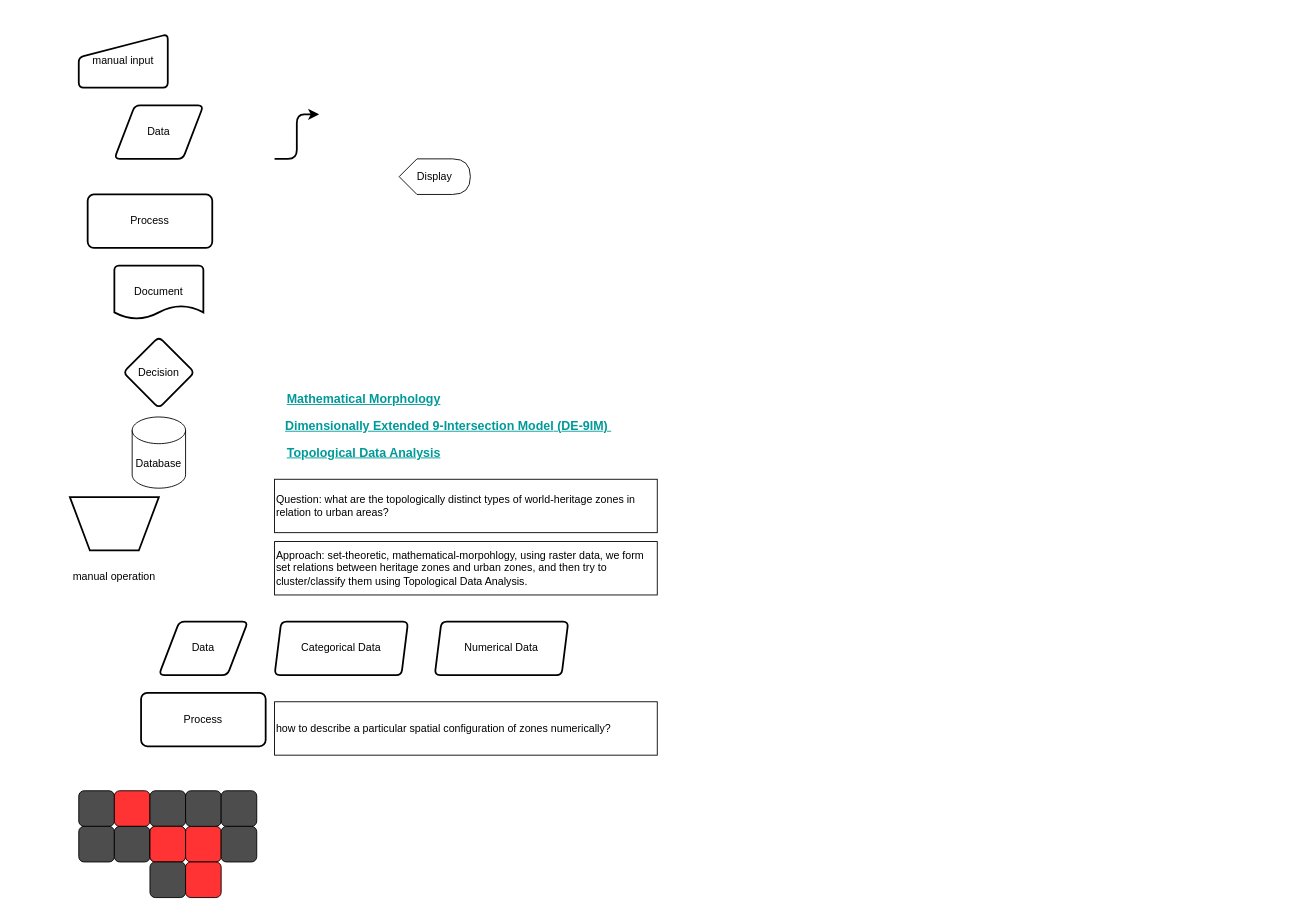
Before: page "Dataflow" (2 of 4) of DRAFT_RESEARCH.drawio in mkvusa/How-Urban-Is-World-Heritage-, a draw.io diagram. Source tidied: cells renumbered, new cells numbered last; positions are measured from the earlier drawing's top-left corner, leaving out a move shared by most shapes. Both pictures are drawn from the tidied source at 89%, with x=0, y=0 at pixel (69, 34).
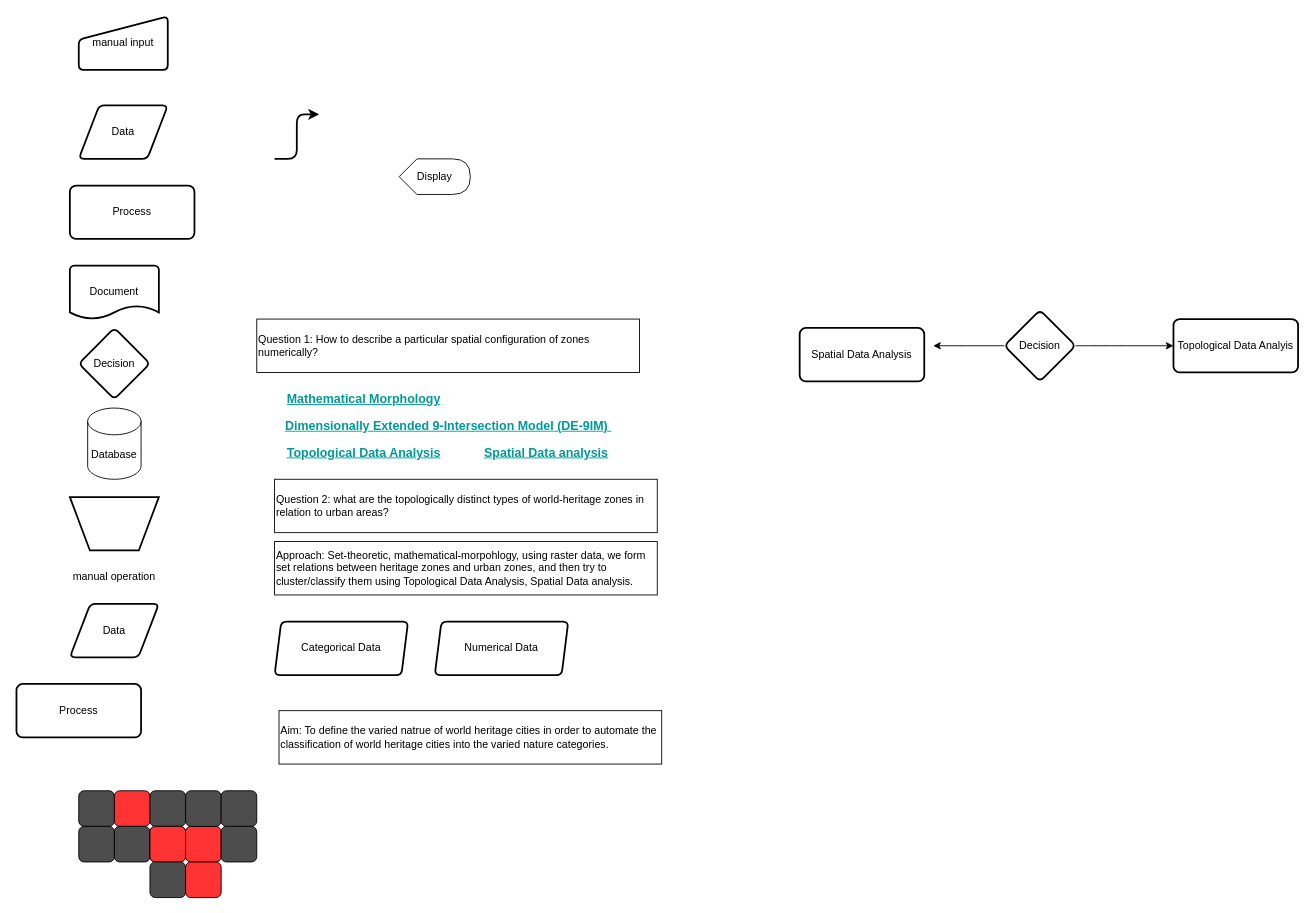
Above is the later version.

The edit, as a diff of the source:
```diff
@@
     <mxCell id="2" value="Data" style="shape=parallelogram;html=1;strokeWidth=2;perimeter=parallelogramPerimeter;whiteSpace=wrap;rounded=1;arcSize=12;size=0.23;" parent="1" vertex="1">
-      <mxGeometry x="50" y="80" width="100" height="60" as="geometry" />
+      <mxGeometry x="10" y="80" width="100" height="60" as="geometry" />
     </mxCell>
     <mxCell id="3" value="Document" style="strokeWidth=2;html=1;shape=mxgraph.flowchart.document2;whiteSpace=wrap;size=0.25;" parent="1" vertex="1">
-      <mxGeometry x="50" y="260" width="100" height="60" as="geometry" />
+      <mxGeometry y="260" width="100" height="60" as="geometry" />
     </mxCell>
     <mxCell id="4" value="Process" style="rounded=1;whiteSpace=wrap;html=1;absoluteArcSize=1;arcSize=14;strokeWidth=2;" parent="1" vertex="1">
-      <mxGeometry x="20" y="180" width="140" height="60" as="geometry" />
+      <mxGeometry y="170" width="140" height="60" as="geometry" />
     </mxCell>
@@
     <mxCell id="6" value="Decision" style="rhombus;whiteSpace=wrap;html=1;rounded=1;strokeWidth=2;arcSize=12;" parent="1" vertex="1">
-      <mxGeometry x="60" y="340" width="80" height="80" as="geometry" />
+      <mxGeometry x="10" y="330" width="80" height="80" as="geometry" />
     </mxCell>
     <mxCell id="7" value="Database" style="shape=cylinder3;whiteSpace=wrap;html=1;boundedLbl=1;backgroundOutline=1;size=15;" parent="1" vertex="1">
-      <mxGeometry x="70" y="430" width="60" height="80" as="geometry" />
+      <mxGeometry x="20" y="420" width="60" height="80" as="geometry" />
     </mxCell>
@@
     <mxCell id="9" value="manual input" style="html=1;strokeWidth=2;shape=manualInput;whiteSpace=wrap;rounded=1;size=26;arcSize=11;" parent="1" vertex="1">
-      <mxGeometry x="10" width="100" height="60" as="geometry" />
+      <mxGeometry x="10" y="-20" width="100" height="60" as="geometry" />
     </mxCell>
@@
     <mxCell id="11" value="Data" style="shape=parallelogram;html=1;strokeWidth=2;perimeter=parallelogramPerimeter;whiteSpace=wrap;rounded=1;arcSize=12;size=0.23;" parent="1" vertex="1">
-      <mxGeometry x="100" y="660" width="100" height="60" as="geometry" />
+      <mxGeometry y="640" width="100" height="60" as="geometry" />
     </mxCell>
     <mxCell id="12" value="Process" style="rounded=1;whiteSpace=wrap;html=1;absoluteArcSize=1;arcSize=14;strokeWidth=2;" parent="1" vertex="1">
-      <mxGeometry x="80" y="740" width="140" height="60" as="geometry" />
+      <mxGeometry x="-60" y="730" width="140" height="60" as="geometry" />
     </mxCell>
-    <mxCell id="13" value="Question: what are the topologically distinct types of world-heritage zones in relation to urban areas?&amp;nbsp;" style="rounded=0;whiteSpace=wrap;html=1;align=left;" parent="1" vertex="1">
+    <mxCell id="13" value="Question 2: what are the topologically distinct types of world-heritage zones in relation to urban areas?&amp;nbsp;" style="rounded=0;whiteSpace=wrap;html=1;align=left;" parent="1" vertex="1">
       <mxGeometry x="230" y="500" width="430" height="60" as="geometry" />
     </mxCell>
-    <mxCell id="14" value="Approach: set-theoretic, mathematical-morpohlogy, using raster data, we form set relations between heritage zones and urban zones, and then try to cluster/classify them using Topological Data Analysis.&amp;nbsp;" style="rounded=0;whiteSpace=wrap;html=1;align=left;" parent="1" vertex="1">
+    <mxCell id="14" value="Approach: Set-theoretic, mathematical-morpohlogy, using raster data, we form set relations between heritage zones and urban zones, and then try to cluster/classify them using Topological Data Analysis, Spatial Data analysis.&amp;nbsp;" style="rounded=0;whiteSpace=wrap;html=1;align=left;" parent="1" vertex="1">
       <mxGeometry x="230" y="570" width="430" height="60" as="geometry" />
     </mxCell>
@@
-    <mxCell id="20" value="how to describe a particular spatial configuration of zones numerically?&amp;nbsp;" style="rounded=0;whiteSpace=wrap;html=1;align=left;" parent="1" vertex="1">
-      <mxGeometry x="230" y="750" width="430" height="60" as="geometry" />
+    <mxCell id="20" value="Question 1: How to describe a particular spatial configuration of zones numerically?&amp;nbsp;" style="rounded=0;whiteSpace=wrap;html=1;align=left;" parent="1" vertex="1">
+      <mxGeometry x="210" y="320" width="430" height="60" as="geometry" />
     </mxCell>
@@
+    <mxCell id="34" value="Spatial Data analysis" style="text;html=1;align=center;verticalAlign=middle;fontColor=#009999;fontStyle=5;fontSize=14;" parent="1" vertex="1">
+      <mxGeometry x="455" y="460" width="160" height="20" as="geometry" />
+    </mxCell>
+    <mxCell id="35" value="Spatial Data Analysis" style="rounded=1;whiteSpace=wrap;html=1;absoluteArcSize=1;arcSize=14;strokeWidth=2;" parent="1" vertex="1">
+      <mxGeometry x="820" y="330" width="140" height="60" as="geometry" />
+    </mxCell>
+    <mxCell id="36" style="edgeStyle=none;curved=1;html=1;" parent="1" edge="1" source="38">
+      <mxGeometry relative="1" as="geometry">
+        <mxPoint x="970" y="350" as="targetPoint" />
+      </mxGeometry>
+    </mxCell>
+    <mxCell id="37" style="edgeStyle=none;curved=1;html=1;entryX=0;entryY=0.5;entryDx=0;entryDy=0;" parent="1" edge="1" source="38" target="39">
+      <mxGeometry relative="1" as="geometry" />
+    </mxCell>
+    <mxCell id="38" value="Decision" style="rhombus;whiteSpace=wrap;html=1;rounded=1;strokeWidth=2;arcSize=12;" parent="1" vertex="1">
+      <mxGeometry x="1050" y="310" width="80" height="80" as="geometry" />
+    </mxCell>
+    <mxCell id="39" value="Topological Data Analyis" style="rounded=1;whiteSpace=wrap;html=1;absoluteArcSize=1;arcSize=14;strokeWidth=2;" parent="1" vertex="1">
+      <mxGeometry x="1240" y="320" width="140" height="60" as="geometry" />
+    </mxCell>
+    <mxCell id="40" value="Aim: To define the varied natrue of world heritage cities in order to automate the classification of world heritage cities into the varied nature categories." style="rounded=0;whiteSpace=wrap;html=1;align=left;" parent="1" vertex="1">
+      <mxGeometry x="235" y="760" width="430" height="60" as="geometry" />
+    </mxCell>
```
